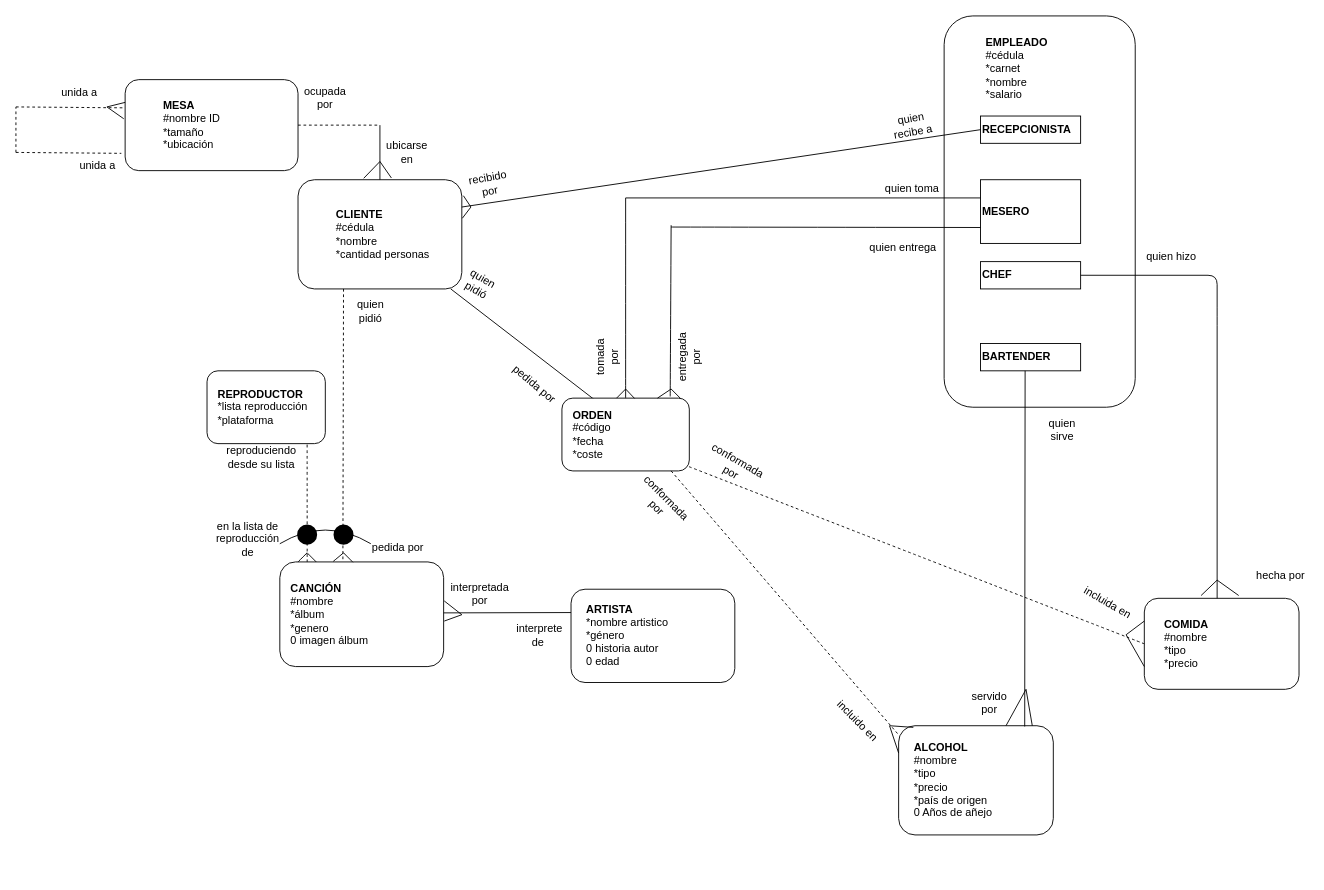
M1moreno/EntregasBD keeps this draw.io diagram as Trabajo1/ModeloER.drawio. Above is the earlier version. Source tidied: cells renumbered, new cells numbered last; positions are measured from the earlier drawing's top-left corner, leaving out a move shared by most shapes. Both pictures are drawn from the tidied source at 91%, with x=0, y=0 at pixel (15, 15). Pictures stored in the file or linked from it are replaced by grey dashed boxes.
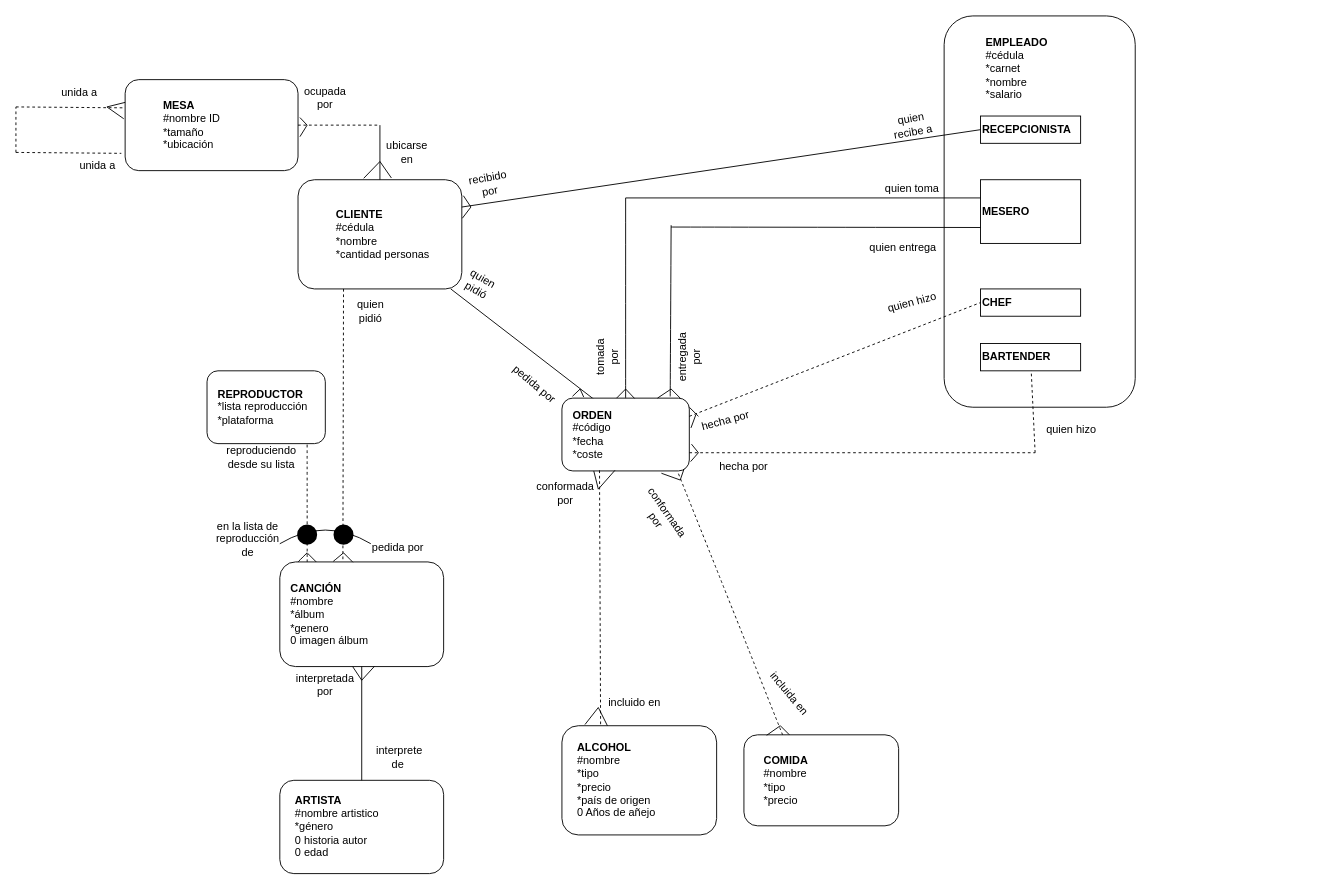
The same page after the edit.

Unchanged cells that the change refers to:
```xml
<mxCell id="3" value="&lt;blockquote style=&quot;margin: 0 0 0 40px ; border: none ; padding: 0px&quot;&gt;&lt;b&gt;MESA&lt;/b&gt;&lt;/blockquote&gt;&lt;blockquote style=&quot;margin: 0px 0px 0px 40px ; border: none ; padding: 0px&quot;&gt;#nombre ID&lt;/blockquote&gt;&lt;blockquote style=&quot;margin: 0px 0px 0px 40px ; border: none ; padding: 0px&quot;&gt;*tamaño&lt;/blockquote&gt;&lt;blockquote style=&quot;margin: 0px 0px 0px 40px ; border: none ; padding: 0px&quot;&gt;*ubicación&lt;/blockquote&gt;" style="rounded=1;whiteSpace=wrap;html=1;align=left;" parent="1" vertex="1">
  <mxGeometry x="120" y="70" width="190" height="100" as="geometry" />
</mxCell>
<mxCell id="5" style="group;" parent="1" vertex="1">
  <mxGeometry x="1020" width="210" height="430" as="geometry" />
</mxCell>
<mxCell id="11" value="&lt;b&gt;BARTENDER&lt;/b&gt;" style="rounded=0;whiteSpace=wrap;html=1;align=left;" parent="5" vertex="1">
  <mxGeometry x="40" y="360" width="110" height="30" as="geometry" />
</mxCell>
<mxCell id="16" style="rounded=1;whiteSpace=wrap;html=1;" parent="15" vertex="1">
  <mxGeometry width="140" height="80" as="geometry" />
</mxCell>
<mxCell id="19" style="rounded=1;whiteSpace=wrap;html=1;" parent="18" vertex="1">
  <mxGeometry width="170" height="120" as="geometry" />
</mxCell>
<mxCell id="21" style="group;" parent="1" vertex="1">
  <mxGeometry x="290" y="600" width="180" height="115" as="geometry" />
</mxCell>
<mxCell id="22" style="rounded=1;whiteSpace=wrap;html=1;" parent="21" vertex="1">
  <mxGeometry width="180" height="115" as="geometry" />
</mxCell>
<mxCell id="26" style="rounded=1;whiteSpace=wrap;html=1;" parent="25" vertex="1">
  <mxGeometry width="180" height="102.5" as="geometry" />
</mxCell>
<mxCell id="33" style="rounded=1;whiteSpace=wrap;html=1;arcSize=15;" parent="32" vertex="1">
  <mxGeometry width="170" height="100" as="geometry" />
</mxCell>
```

The edit, as a diff of the source:
```diff
@@
     <mxCell id="10" value="&lt;b&gt;CHEF&lt;/b&gt;" style="rounded=0;whiteSpace=wrap;html=1;align=left;" parent="5" vertex="1">
-      <mxGeometry x="40" y="270" width="110" height="30" as="geometry" />
+      <mxGeometry x="40" y="300" width="110" height="30" as="geometry" />
     </mxCell>
@@
     <mxCell id="18" style="group;" parent="1" vertex="1">
-      <mxGeometry x="970" y="780" width="170" height="120" as="geometry" />
+      <mxGeometry x="600" y="780" width="170" height="120" as="geometry" />
     </mxCell>
@@
-    <mxCell id="24" style="endArrow=none;html=1;exitX=1.004;exitY=0.565;exitDx=0;exitDy=0;exitPerimeter=0;" parent="21" edge="1" source="22">
-      <mxGeometry relative="1" as="geometry">
-        <mxPoint x="200" y="58" as="targetPoint" />
-      </mxGeometry>
-    </mxCell>
     <mxCell id="25" style="group;" parent="1" vertex="1">
-      <mxGeometry x="610" y="630" width="180" height="102.5" as="geometry" />
+      <mxGeometry x="290" y="840" width="180" height="102.5" as="geometry" />
     </mxCell>
@@
-    <mxCell id="27" value="&lt;div&gt;&lt;b&gt;ARTISTA&lt;/b&gt;&lt;/div&gt;&lt;div&gt;*nombre artistico&lt;/div&gt;&lt;div&gt;*género&lt;/div&gt;&lt;div&gt;0 historia autor&lt;/div&gt;&lt;div&gt;0 edad&lt;/div&gt;" style="text;html=1;strokeColor=none;fillColor=none;align=left;verticalAlign=middle;whiteSpace=wrap;rounded=0;" parent="25" vertex="1">
+    <mxCell id="27" value="&lt;div&gt;&lt;b&gt;ARTISTA&lt;/b&gt;&lt;/div&gt;&lt;div&gt;#nombre artistico&lt;/div&gt;&lt;div&gt;*género&lt;/div&gt;&lt;div&gt;0 historia autor&lt;/div&gt;&lt;div&gt;0 edad&lt;/div&gt;" style="text;html=1;strokeColor=none;fillColor=none;align=left;verticalAlign=middle;whiteSpace=wrap;rounded=0;" parent="25" vertex="1">
       <mxGeometry x="15" y="11.2" width="150" height="80" as="geometry" />
     </mxCell>
@@
     <mxCell id="32" style="group;" parent="1" vertex="1">
-      <mxGeometry x="1240" y="640" width="170" height="100" as="geometry" />
+      <mxGeometry x="800" y="790" width="170" height="100" as="geometry" />
     </mxCell>
@@
-    <mxCell id="35" style="endArrow=none;html=1;rounded=0;exitX=0.815;exitY=0.007;exitDx=0;exitDy=0;exitPerimeter=0;" parent="1" edge="1" source="19">
-      <mxGeometry relative="1" as="geometry">
-        <mxPoint x="1109" y="390" as="targetPoint" />
-      </mxGeometry>
-    </mxCell>
@@
-    <mxCell id="37" style="endArrow=none;html=1;rounded=0;entryX=0;entryY=0.25;entryDx=0;entryDy=0;" parent="1" edge="1" target="26">
-      <mxGeometry relative="1" as="geometry">
-        <mxPoint x="470" y="656" as="sourcePoint" />
-      </mxGeometry>
+    <mxCell id="37" style="endArrow=none;html=1;rounded=0;entryX=0.5;entryY=0;entryDx=0;entryDy=0;exitX=0.5;exitY=1;exitDx=0;exitDy=0;" parent="1" edge="1" source="22" target="26">
+      <mxGeometry relative="1" as="geometry" />
     </mxCell>
-    <mxCell id="38" style="endArrow=none;dashed=1;html=1;rounded=0;" parent="1" edge="1">
-      <mxGeometry relative="1" as="geometry">
-        <mxPoint x="720" y="500" as="sourcePoint" />
-        <mxPoint x="970" y="790" as="targetPoint" />
-      </mxGeometry>
+    <mxCell id="38" style="endArrow=none;dashed=1;html=1;rounded=0;entryX=0.25;entryY=0;entryDx=0;entryDy=0;exitX=0.295;exitY=0.992;exitDx=0;exitDy=0;exitPerimeter=0;" parent="1" edge="1" source="16" target="19">
+      <mxGeometry relative="1" as="geometry" />
     </mxCell>
@@
-    <mxCell id="43" style="endArrow=none;dashed=1;html=1;curved=1;entryX=0.998;entryY=0.942;entryDx=0;entryDy=0;entryPerimeter=0;exitX=0;exitY=0.5;exitDx=0;exitDy=0;" parent="1" edge="1" source="33" target="16">
+    <mxCell id="43" style="endArrow=none;dashed=1;html=1;curved=1;entryX=0.912;entryY=1.026;entryDx=0;entryDy=0;entryPerimeter=0;exitX=0.25;exitY=0;exitDx=0;exitDy=0;" parent="1" edge="1" source="33" target="16">
       <mxGeometry relative="1" as="geometry" />
     </mxCell>
@@
-    <mxCell id="59" style="endArrow=none;html=1;entryX=1;entryY=0.5;entryDx=0;entryDy=0;edgeStyle=orthogonalEdgeStyle;" parent="1" edge="1" target="10">
-      <mxGeometry relative="1" as="geometry">
-        <mxPoint x="1320" y="640" as="sourcePoint" />
-        <Array as="points">
-          <mxPoint x="1320" y="330" />
-          <mxPoint x="1320" y="285" />
-        </Array>
-      </mxGeometry>
-    </mxCell>
@@
     <mxCell id="71" value="interpretada por" style="text;html=1;strokeColor=none;fillColor=none;align=center;verticalAlign=middle;whiteSpace=wrap;rounded=0;" parent="1" vertex="1">
-      <mxGeometry x="480" y="620" width="60" height="30" as="geometry" />
+      <mxGeometry x="310" y="720" width="60" height="30" as="geometry" />
     </mxCell>
     <mxCell id="72" value="&amp;nbsp;interprete de" style="text;html=1;strokeColor=none;fillColor=none;align=center;verticalAlign=middle;whiteSpace=wrap;rounded=0;" parent="1" vertex="1">
-      <mxGeometry x="544" y="666.2" width="60" height="30" as="geometry" />
+      <mxGeometry x="390" y="800" width="60" height="30" as="geometry" />
     </mxCell>
-    <mxCell id="73" style="endArrow=none;html=1;entryX=1.004;entryY=0.373;entryDx=0;entryDy=0;entryPerimeter=0;" parent="1" edge="1" target="22">
-      <mxGeometry relative="1" as="geometry">
-        <mxPoint x="490" y="658" as="sourcePoint" />
-      </mxGeometry>
-    </mxCell>
@@
-    <mxCell id="76" value="conformada por" style="text;html=1;strokeColor=none;fillColor=none;align=center;verticalAlign=middle;whiteSpace=wrap;rounded=0;rotation=45;" parent="1" vertex="1">
-      <mxGeometry x="680" y="520" width="60" height="30" as="geometry" />
+    <mxCell id="76" value="conformada por" style="text;html=1;strokeColor=none;fillColor=none;align=center;verticalAlign=middle;whiteSpace=wrap;rounded=0;rotation=0;" parent="1" vertex="1">
+      <mxGeometry x="574" y="510" width="60" height="30" as="geometry" />
     </mxCell>
-    <mxCell id="77" value="incluido en" style="text;html=1;strokeColor=none;fillColor=none;align=center;verticalAlign=middle;whiteSpace=wrap;rounded=0;rotation=45;" parent="1" vertex="1">
-      <mxGeometry x="895" y="760" width="60" height="30" as="geometry" />
+    <mxCell id="77" value="incluido en" style="text;html=1;strokeColor=none;fillColor=none;align=center;verticalAlign=middle;whiteSpace=wrap;rounded=0;rotation=0;" parent="1" vertex="1">
+      <mxGeometry x="650" y="740" width="60" height="30" as="geometry" />
     </mxCell>
-    <mxCell id="78" value="conformada por" style="text;html=1;strokeColor=none;fillColor=none;align=center;verticalAlign=middle;whiteSpace=wrap;rounded=0;rotation=30;" parent="1" vertex="1">
-      <mxGeometry x="760" y="480" width="60" height="30" as="geometry" />
+    <mxCell id="78" value="conformada por" style="text;html=1;strokeColor=none;fillColor=none;align=center;verticalAlign=middle;whiteSpace=wrap;rounded=0;rotation=55;" parent="1" vertex="1">
+      <mxGeometry x="680" y="535" width="60" height="30" as="geometry" />
     </mxCell>
-    <mxCell id="79" value="incluida en" style="text;html=1;strokeColor=none;fillColor=none;align=center;verticalAlign=middle;whiteSpace=wrap;rounded=0;rotation=30;" parent="1" vertex="1">
-      <mxGeometry x="1170" y="630" width="60" height="30" as="geometry" />
+    <mxCell id="79" value="incluida en" style="text;html=1;strokeColor=none;fillColor=none;align=center;verticalAlign=middle;whiteSpace=wrap;rounded=0;rotation=50;" parent="1" vertex="1">
+      <mxGeometry x="820" y="730" width="60" height="30" as="geometry" />
     </mxCell>
-    <mxCell id="80" value="quien sirve" style="text;html=1;strokeColor=none;fillColor=none;align=center;verticalAlign=middle;whiteSpace=wrap;rounded=0;" parent="1" vertex="1">
-      <mxGeometry x="1120" y="440" width="60" height="30" as="geometry" />
-    </mxCell>
-    <mxCell id="81" value="servido por" style="text;html=1;strokeColor=none;fillColor=none;align=center;verticalAlign=middle;whiteSpace=wrap;rounded=0;" parent="1" vertex="1">
-      <mxGeometry x="1040" y="740" width="60" height="30" as="geometry" />
-    </mxCell>
-    <mxCell id="82" value="quien hizo" style="text;html=1;strokeColor=none;fillColor=none;align=center;verticalAlign=middle;whiteSpace=wrap;rounded=0;" parent="1" vertex="1">
-      <mxGeometry x="1240" y="250" width="60" height="30" as="geometry" />
+    <mxCell id="82" value="quien hizo" style="text;html=1;strokeColor=none;fillColor=none;align=center;verticalAlign=middle;whiteSpace=wrap;rounded=0;rotation=-15;" parent="1" vertex="1">
+      <mxGeometry x="955" y="300" width="60" height="30" as="geometry" />
     </mxCell>
@@
-    <mxCell id="85" style="endArrow=none;html=1;entryX=0.095;entryY=0.015;entryDx=0;entryDy=0;entryPerimeter=0;" parent="1" edge="1" target="19">
-      <mxGeometry relative="1" as="geometry">
-        <mxPoint x="960" y="780" as="sourcePoint" />
-      </mxGeometry>
-    </mxCell>
-    <mxCell id="86" style="endArrow=none;html=1;" parent="1" edge="1">
-      <mxGeometry relative="1" as="geometry">
-        <mxPoint x="960" y="780" as="sourcePoint" />
-        <mxPoint x="970" y="810" as="targetPoint" />
-      </mxGeometry>
-    </mxCell>
-    <mxCell id="87" style="endArrow=none;html=1;entryX=0;entryY=0.25;entryDx=0;entryDy=0;" parent="1" edge="1" target="33">
-      <mxGeometry relative="1" as="geometry">
-        <mxPoint x="1220" y="680" as="sourcePoint" />
-      </mxGeometry>
-    </mxCell>
-    <mxCell id="88" style="endArrow=none;html=1;entryX=0;entryY=0.75;entryDx=0;entryDy=0;" parent="1" edge="1" target="33">
-      <mxGeometry relative="1" as="geometry">
-        <mxPoint x="1220" y="680" as="sourcePoint" />
-      </mxGeometry>
-    </mxCell>
-    <mxCell id="89" style="endArrow=none;html=1;" parent="1" edge="1" source="19">
-      <mxGeometry relative="1" as="geometry">
-        <mxPoint x="1110" y="740" as="targetPoint" />
-      </mxGeometry>
-    </mxCell>
-    <mxCell id="90" style="endArrow=none;html=1;entryX=0.864;entryY=0;entryDx=0;entryDy=0;entryPerimeter=0;" parent="1" edge="1" target="19">
-      <mxGeometry relative="1" as="geometry">
-        <mxPoint x="1110" y="740" as="sourcePoint" />
-      </mxGeometry>
-    </mxCell>
-    <mxCell id="91" style="endArrow=none;html=1;exitX=0.367;exitY=-0.031;exitDx=0;exitDy=0;exitPerimeter=0;" parent="1" edge="1" source="33">
-      <mxGeometry relative="1" as="geometry">
-        <mxPoint x="1320" y="620" as="targetPoint" />
-      </mxGeometry>
-    </mxCell>
-    <mxCell id="92" style="endArrow=none;html=1;entryX=0.61;entryY=-0.031;entryDx=0;entryDy=0;entryPerimeter=0;" parent="1" edge="1" target="33">
-      <mxGeometry relative="1" as="geometry">
-        <mxPoint x="1320" y="620" as="sourcePoint" />
-      </mxGeometry>
-    </mxCell>
-    <mxCell id="93" value="hecha por" style="text;html=1;strokeColor=none;fillColor=none;align=center;verticalAlign=middle;whiteSpace=wrap;rounded=0;" parent="1" vertex="1">
-      <mxGeometry x="1360" y="600" width="60" height="30" as="geometry" />
+    <mxCell id="93" value="hecha por" style="text;html=1;strokeColor=none;fillColor=none;align=center;verticalAlign=middle;whiteSpace=wrap;rounded=0;rotation=-15;" parent="1" vertex="1">
+      <mxGeometry x="750" y="430" width="60" height="30" as="geometry" />
     </mxCell>
@@
+    <mxCell id="101" style="endArrow=none;dashed=1;html=1;rounded=0;exitX=1;exitY=0.25;exitDx=0;exitDy=0;entryX=0;entryY=0.5;entryDx=0;entryDy=0;" parent="1" edge="1" source="16" target="10">
+      <mxGeometry relative="1" as="geometry" />
+    </mxCell>
+    <mxCell id="102" value="hecha por" style="text;html=1;strokeColor=none;fillColor=none;align=center;verticalAlign=middle;whiteSpace=wrap;rounded=0;rotation=0;" parent="1" vertex="1">
+      <mxGeometry x="770" y="480" width="60" height="30" as="geometry" />
+    </mxCell>
+    <mxCell id="103" style="endArrow=none;dashed=1;html=1;rounded=0;exitX=1;exitY=0.75;exitDx=0;exitDy=0;" parent="1" edge="1" source="16">
+      <mxGeometry relative="1" as="geometry">
+        <mxPoint x="1120" y="480" as="targetPoint" />
+      </mxGeometry>
+    </mxCell>
+    <mxCell id="104" style="endArrow=none;dashed=1;html=1;rounded=0;" parent="1" edge="1" target="11">
+      <mxGeometry relative="1" as="geometry">
+        <mxPoint x="1120" y="480" as="sourcePoint" />
+      </mxGeometry>
+    </mxCell>
+    <mxCell id="105" value="quien hizo" style="text;html=1;strokeColor=none;fillColor=none;align=center;verticalAlign=middle;whiteSpace=wrap;rounded=0;rotation=0;" parent="1" vertex="1">
+      <mxGeometry x="1130" y="440" width="60" height="30" as="geometry" />
+    </mxCell>
+    <mxCell id="106" style="endArrow=none;html=1;rounded=0;entryX=0.578;entryY=0.997;entryDx=0;entryDy=0;entryPerimeter=0;" parent="1" edge="1" target="22">
+      <mxGeometry relative="1" as="geometry">
+        <mxPoint x="380" y="730" as="sourcePoint" />
+      </mxGeometry>
+    </mxCell>
+    <mxCell id="107" style="endArrow=none;html=1;rounded=0;" parent="1" edge="1">
+      <mxGeometry relative="1" as="geometry">
+        <mxPoint x="370" y="715" as="sourcePoint" />
+        <mxPoint x="380" y="730" as="targetPoint" />
+      </mxGeometry>
+    </mxCell>
+    <mxCell id="108" style="endArrow=none;html=1;rounded=0;entryX=0.416;entryY=0.992;entryDx=0;entryDy=0;entryPerimeter=0;" parent="1" edge="1" target="16">
+      <mxGeometry relative="1" as="geometry">
+        <mxPoint x="640" y="520" as="sourcePoint" />
+      </mxGeometry>
+    </mxCell>
+    <mxCell id="109" style="endArrow=none;html=1;rounded=0;exitX=0.25;exitY=1;exitDx=0;exitDy=0;" parent="1" edge="1" source="16">
+      <mxGeometry relative="1" as="geometry">
+        <mxPoint x="640" y="520" as="targetPoint" />
+      </mxGeometry>
+    </mxCell>
+    <mxCell id="110" style="endArrow=none;html=1;rounded=0;exitX=0.149;exitY=-0.011;exitDx=0;exitDy=0;exitPerimeter=0;" parent="1" edge="1" source="19">
+      <mxGeometry relative="1" as="geometry">
+        <mxPoint x="640" y="760" as="targetPoint" />
+      </mxGeometry>
+    </mxCell>
+    <mxCell id="111" style="endArrow=none;html=1;rounded=0;exitX=0.294;exitY=0;exitDx=0;exitDy=0;exitPerimeter=0;" parent="1" edge="1" source="19">
+      <mxGeometry relative="1" as="geometry">
+        <mxPoint x="640" y="760" as="targetPoint" />
+      </mxGeometry>
+    </mxCell>
+    <mxCell id="112" style="endArrow=none;html=1;rounded=0;exitX=0.781;exitY=1.032;exitDx=0;exitDy=0;exitPerimeter=0;" parent="1" edge="1" source="16">
+      <mxGeometry relative="1" as="geometry">
+        <mxPoint x="730" y="510" as="targetPoint" />
+      </mxGeometry>
+    </mxCell>
+    <mxCell id="113" style="endArrow=none;html=1;rounded=0;entryX=0.958;entryY=0.975;entryDx=0;entryDy=0;entryPerimeter=0;" parent="1" edge="1" target="16">
+      <mxGeometry relative="1" as="geometry">
+        <mxPoint x="730" y="510" as="sourcePoint" />
+      </mxGeometry>
+    </mxCell>
+    <mxCell id="114" style="endArrow=none;html=1;rounded=0;exitX=0.147;exitY=0.005;exitDx=0;exitDy=0;exitPerimeter=0;" parent="1" edge="1" source="33">
+      <mxGeometry relative="1" as="geometry">
+        <mxPoint x="840" y="780" as="targetPoint" />
+      </mxGeometry>
+    </mxCell>
+    <mxCell id="115" style="endArrow=none;html=1;rounded=0;exitX=0.294;exitY=0;exitDx=0;exitDy=0;exitPerimeter=0;" parent="1" edge="1" source="33">
+      <mxGeometry relative="1" as="geometry">
+        <mxPoint x="840" y="780" as="targetPoint" />
+      </mxGeometry>
+    </mxCell>
+    <mxCell id="116" style="endArrow=none;html=1;rounded=0;exitX=1.013;exitY=0.409;exitDx=0;exitDy=0;exitPerimeter=0;entryX=0;entryY=0;entryDx=0;entryDy=0;" parent="1" edge="1" source="16" target="93">
+      <mxGeometry relative="1" as="geometry" />
+    </mxCell>
+    <mxCell id="117" style="endArrow=none;html=1;rounded=0;" parent="1" edge="1">
+      <mxGeometry relative="1" as="geometry">
+        <mxPoint x="750" y="440" as="sourcePoint" />
+        <mxPoint x="740" y="430" as="targetPoint" />
+      </mxGeometry>
+    </mxCell>
+    <mxCell id="118" style="endArrow=none;html=1;rounded=0;exitX=1.017;exitY=0.632;exitDx=0;exitDy=0;exitPerimeter=0;" parent="1" edge="1" source="16">
+      <mxGeometry relative="1" as="geometry">
+        <mxPoint x="750" y="480" as="targetPoint" />
+      </mxGeometry>
+    </mxCell>
+    <mxCell id="119" style="endArrow=none;html=1;rounded=0;exitX=1.01;exitY=0.872;exitDx=0;exitDy=0;exitPerimeter=0;" parent="1" edge="1" source="16">
+      <mxGeometry relative="1" as="geometry">
+        <mxPoint x="750" y="480" as="targetPoint" />
+      </mxGeometry>
+    </mxCell>
+    <mxCell id="120" style="endArrow=none;html=1;rounded=0;entryX=0.083;entryY=-0.025;entryDx=0;entryDy=0;entryPerimeter=0;" parent="1" edge="1" target="16">
+      <mxGeometry relative="1" as="geometry">
+        <mxPoint x="620" y="410" as="sourcePoint" />
+      </mxGeometry>
+    </mxCell>
+    <mxCell id="121" style="endArrow=none;html=1;rounded=0;entryX=0.171;entryY=-0.014;entryDx=0;entryDy=0;entryPerimeter=0;" parent="1" edge="1" target="16">
+      <mxGeometry relative="1" as="geometry">
+        <mxPoint x="620" y="410" as="sourcePoint" />
+      </mxGeometry>
+    </mxCell>
+    <mxCell id="122" style="endArrow=none;html=1;rounded=0;exitX=1.011;exitY=0.627;exitDx=0;exitDy=0;exitPerimeter=0;" parent="1" edge="1" source="3">
+      <mxGeometry relative="1" as="geometry">
+        <mxPoint x="320" y="120" as="targetPoint" />
+      </mxGeometry>
+    </mxCell>
+    <mxCell id="123" style="endArrow=none;html=1;rounded=0;exitX=1.011;exitY=0.417;exitDx=0;exitDy=0;exitPerimeter=0;" parent="1" edge="1" source="3">
+      <mxGeometry relative="1" as="geometry">
+        <mxPoint x="320" y="120" as="targetPoint" />
+      </mxGeometry>
+    </mxCell>
```
